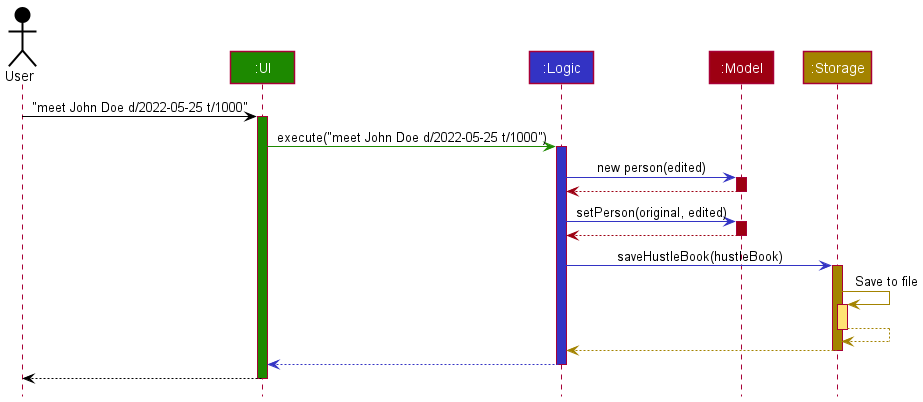
nus-cs2103-AY2122S2/tp keeps this PlantUML diagram as docs/images/ScheduleMeetingSequenceDiagram.png. Above is the earlier version. The source it was exported from:
```plantuml
@startuml
!include style.puml

Actor User as user USER_COLOR
Participant ":UI" as ui UI_COLOR
Participant ":Logic" as logic LOGIC_COLOR
Participant ":Model" as model MODEL_COLOR
Participant ":Storage" as storage STORAGE_COLOR

user -[USER_COLOR]> ui : "meet John Doe d/2022-05-25 t/1000"
activate ui UI_COLOR

ui -[UI_COLOR]> logic : execute("meet John Doe d/2022-05-25 t/1000")
activate logic LOGIC_COLOR

logic -[LOGIC_COLOR]> model : new person(edited)
activate model MODEL_COLOR

model -[MODEL_COLOR]-> logic
deactivate model

logic -[LOGIC_COLOR]> model : setPerson(original, edited)
activate model MODEL_COLOR

model -[MODEL_COLOR]-> logic
deactivate model

logic -[LOGIC_COLOR]> storage : saveHustleBook(hustleBook)
activate storage STORAGE_COLOR

storage -[STORAGE_COLOR]> storage : Save to file
activate storage STORAGE_COLOR_T1
storage --[STORAGE_COLOR]> storage
deactivate storage

storage --[STORAGE_COLOR]> logic
deactivate storage

logic --[LOGIC_COLOR]> ui
deactivate logic

ui --[USER_COLOR]> user
deactivate ui
@enduml
```
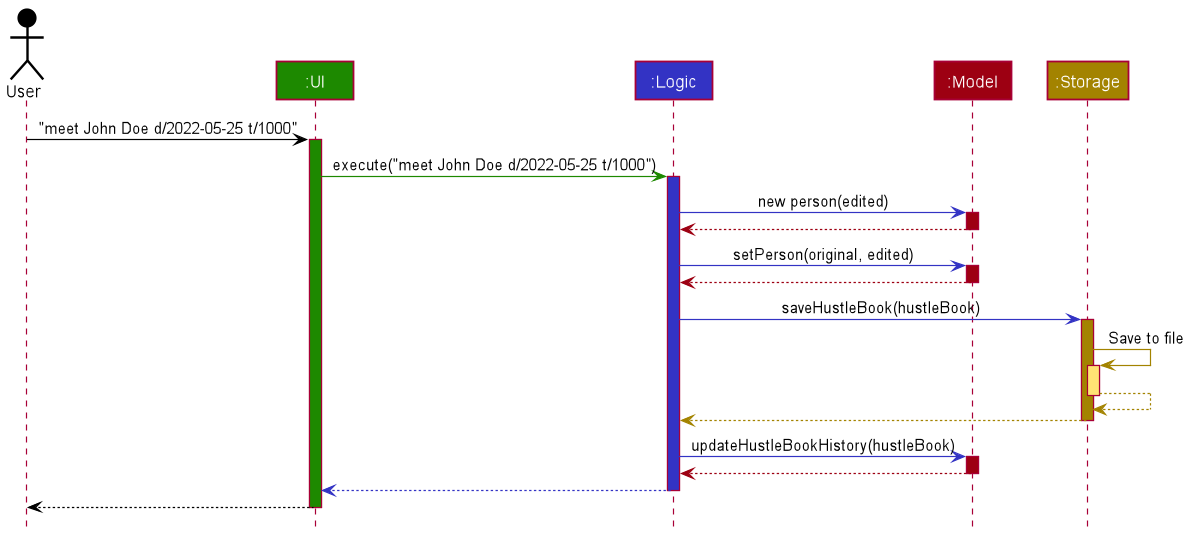
The same diagram one commit later.

The edit, as a diff of the source:
```diff
@@ -36,6 +36,12 @@
 storage --[STORAGE_COLOR]> logic
 deactivate storage
 
+logic -[LOGIC_COLOR]> model : updateHustleBookHistory(hustleBook)
+activate model MODEL_COLOR
+
+model --[MODEL_COLOR]> logic
+deactivate model
+
 logic --[LOGIC_COLOR]> ui
 deactivate logic
 
```
